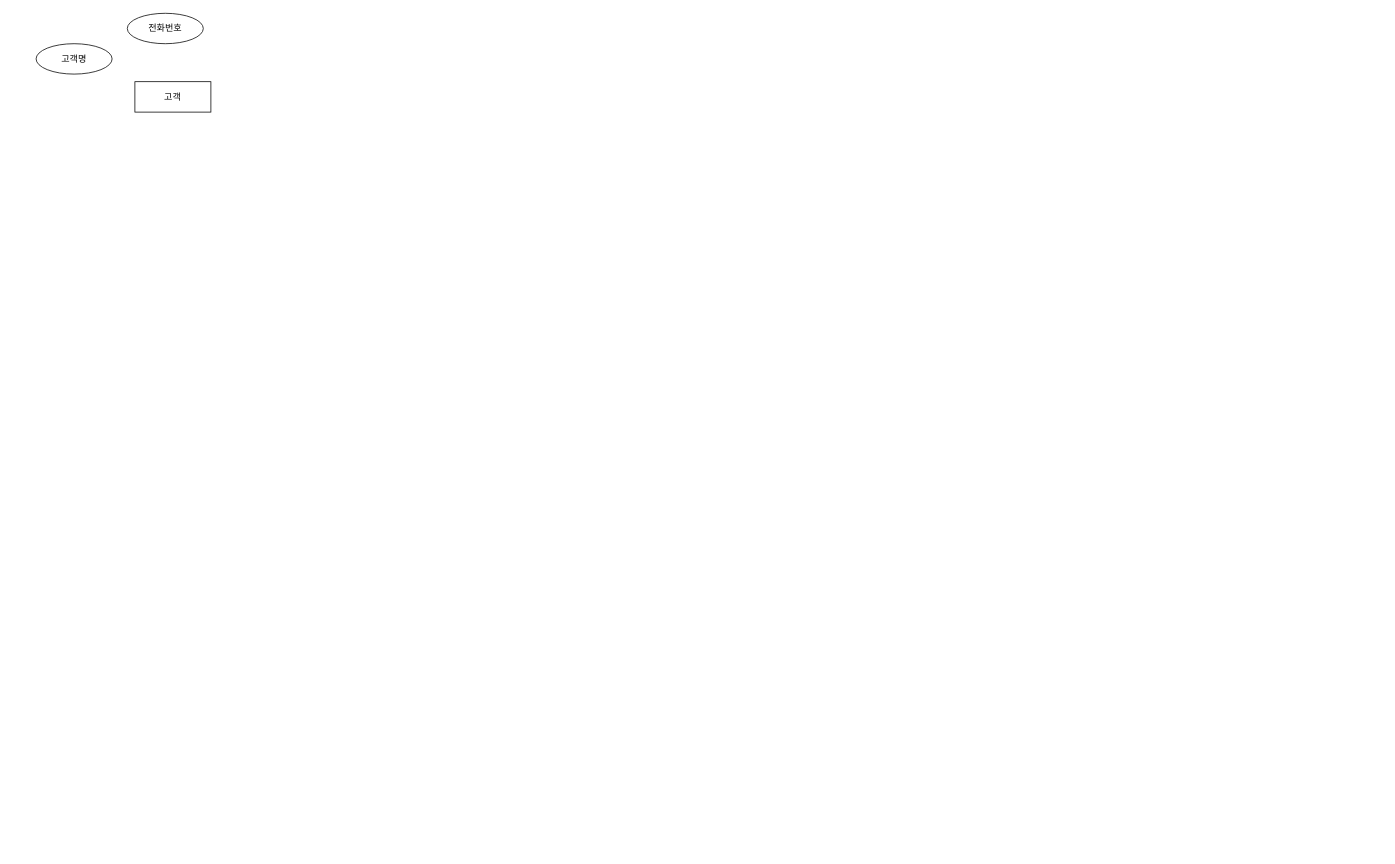
Earlier version of the draw.io diagram shpping.drawio (xenosign/erd_drawi_io). Source tidied: cells renumbered, new cells numbered last; positions are measured from the earlier drawing's top-left corner, leaving out a move shared by most shapes. Both pictures are drawn from the tidied source at 76%, with x=0, y=0 at pixel (36, 13).
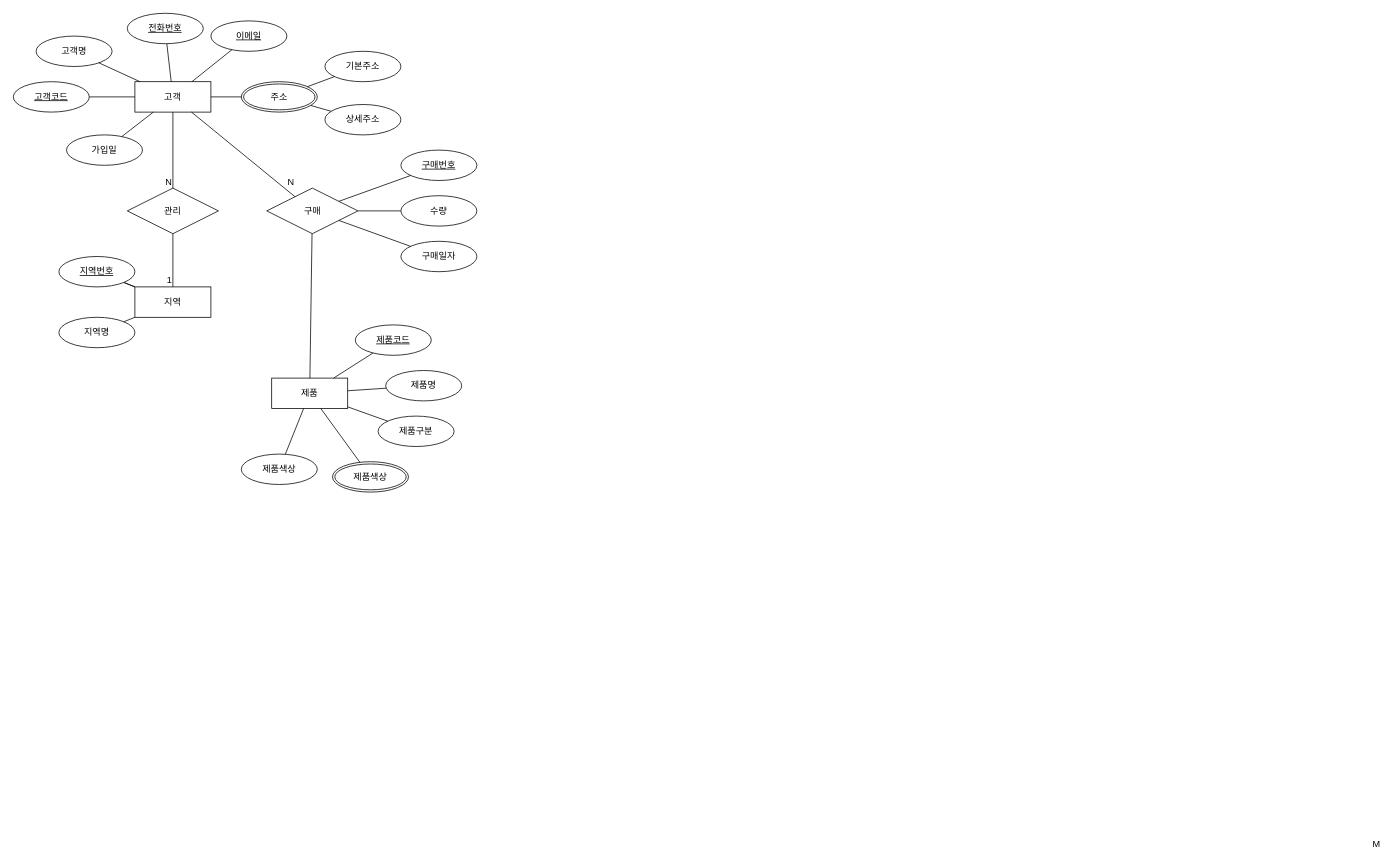
Above is the later version.

The change refers to these unchanged cells:
```xml
<mxCell id="2" value="고객" style="whiteSpace=wrap;html=1;align=center;" parent="1" vertex="1">
  <mxGeometry x="130" y="90" width="100" height="40" as="geometry" />
</mxCell>
```

What changed in the source:
```diff
@@
     <mxCell id="3" value="고객명" style="ellipse;whiteSpace=wrap;html=1;align=center;" parent="1" vertex="1">
-      <mxGeometry y="40" width="100" height="40" as="geometry" />
+      <mxGeometry y="30" width="100" height="40" as="geometry" />
     </mxCell>
+    <mxCell id="5" style="endArrow=none;html=1;rounded=0;" parent="1" edge="1" source="3" target="2">
+      <mxGeometry relative="1" as="geometry" />
+    </mxCell>
+    <mxCell id="6" style="endArrow=none;html=1;rounded=0;" parent="1" edge="1" source="4" target="2">
+      <mxGeometry relative="1" as="geometry" />
+    </mxCell>
-    <mxCell id="4" value="전화번호" style="ellipse;whiteSpace=wrap;html=1;align=center;" parent="1" vertex="1">
+    <mxCell id="4" value="전화번호" style="ellipse;whiteSpace=wrap;html=1;align=center;fontStyle=4;" parent="1" vertex="1">
       <mxGeometry x="120" width="100" height="40" as="geometry" />
     </mxCell>
+    <mxCell id="7" value="이메일" style="ellipse;whiteSpace=wrap;html=1;align=center;fontStyle=4;" parent="1" vertex="1">
+      <mxGeometry x="230" y="10" width="100" height="40" as="geometry" />
+    </mxCell>
+    <mxCell id="8" style="endArrow=none;html=1;rounded=0;" parent="1" edge="1" source="7" target="2">
+      <mxGeometry relative="1" as="geometry" />
+    </mxCell>
+    <mxCell id="9" value="고객코드" style="ellipse;whiteSpace=wrap;html=1;align=center;fontStyle=4;" parent="1" vertex="1">
+      <mxGeometry x="-30" y="90" width="100" height="40" as="geometry" />
+    </mxCell>
+    <mxCell id="10" style="endArrow=none;html=1;rounded=0;" parent="1" edge="1" source="9" target="2">
+      <mxGeometry relative="1" as="geometry" />
+    </mxCell>
+    <mxCell id="11" value="주소" style="ellipse;shape=doubleEllipse;margin=3;whiteSpace=wrap;html=1;align=center;" parent="1" vertex="1">
+      <mxGeometry x="270" y="90" width="100" height="40" as="geometry" />
+    </mxCell>
+    <mxCell id="12" style="endArrow=none;html=1;rounded=0;" parent="1" edge="1" source="11" target="2">
+      <mxGeometry relative="1" as="geometry" />
+    </mxCell>
+    <mxCell id="13" value="기본주소" style="ellipse;whiteSpace=wrap;html=1;align=center;" parent="1" vertex="1">
+      <mxGeometry x="380" y="50" width="100" height="40" as="geometry" />
+    </mxCell>
+    <mxCell id="14" value="상세주소" style="ellipse;whiteSpace=wrap;html=1;align=center;" parent="1" vertex="1">
+      <mxGeometry x="380" y="120" width="100" height="40" as="geometry" />
+    </mxCell>
+    <mxCell id="15" style="endArrow=none;html=1;rounded=0;" parent="1" edge="1" source="13" target="11">
+      <mxGeometry relative="1" as="geometry" />
+    </mxCell>
+    <mxCell id="16" style="endArrow=none;html=1;rounded=0;" parent="1" edge="1" source="14" target="11">
+      <mxGeometry relative="1" as="geometry" />
+    </mxCell>
+    <mxCell id="17" value="가입일" style="ellipse;whiteSpace=wrap;html=1;align=center;" parent="1" vertex="1">
+      <mxGeometry x="40" y="160" width="100" height="40" as="geometry" />
+    </mxCell>
+    <mxCell id="18" style="endArrow=none;html=1;rounded=0;" parent="1" edge="1" source="17" target="2">
+      <mxGeometry relative="1" as="geometry" />
+    </mxCell>
+    <mxCell id="19" value="지역" style="whiteSpace=wrap;html=1;align=center;" parent="1" vertex="1">
+      <mxGeometry x="130" y="360" width="100" height="40" as="geometry" />
+    </mxCell>
+    <mxCell id="20" value="지역명" style="ellipse;whiteSpace=wrap;html=1;align=center;" parent="1" vertex="1">
+      <mxGeometry x="30" y="400" width="100" height="40" as="geometry" />
+    </mxCell>
+    <mxCell id="21" style="endArrow=none;html=1;rounded=0;" parent="1" edge="1" source="38" target="19">
+      <mxGeometry relative="1" as="geometry" />
+    </mxCell>
+    <mxCell id="22" style="endArrow=none;html=1;rounded=0;" parent="1" edge="1" source="38" target="19">
+      <mxGeometry relative="1" as="geometry" />
+    </mxCell>
+    <mxCell id="23" value="제품" style="whiteSpace=wrap;html=1;align=center;" parent="1" vertex="1">
+      <mxGeometry x="310" y="480" width="100" height="40" as="geometry" />
+    </mxCell>
+    <mxCell id="24" value="제품코드" style="ellipse;whiteSpace=wrap;html=1;align=center;fontStyle=4;" parent="1" vertex="1">
+      <mxGeometry x="420" y="410" width="100" height="40" as="geometry" />
+    </mxCell>
+    <mxCell id="25" value="제품명" style="ellipse;whiteSpace=wrap;html=1;align=center;" parent="1" vertex="1">
+      <mxGeometry x="460" y="470" width="100" height="40" as="geometry" />
+    </mxCell>
+    <mxCell id="26" value="제품구분" style="ellipse;whiteSpace=wrap;html=1;align=center;" parent="1" vertex="1">
+      <mxGeometry x="450" y="530" width="100" height="40" as="geometry" />
+    </mxCell>
+    <mxCell id="27" value="제품색상" style="ellipse;shape=doubleEllipse;margin=3;whiteSpace=wrap;html=1;align=center;" parent="1" vertex="1">
+      <mxGeometry x="390" y="590" width="100" height="40" as="geometry" />
+    </mxCell>
+    <mxCell id="28" value="제품색상" style="ellipse;whiteSpace=wrap;html=1;align=center;" parent="1" vertex="1">
+      <mxGeometry x="270" y="580" width="100" height="40" as="geometry" />
+    </mxCell>
+    <mxCell id="29" style="endArrow=none;html=1;rounded=0;" parent="1" edge="1" source="23" target="24">
+      <mxGeometry relative="1" as="geometry" />
+    </mxCell>
+    <mxCell id="30" style="endArrow=none;html=1;rounded=0;" parent="1" edge="1" source="23" target="25">
+      <mxGeometry relative="1" as="geometry" />
+    </mxCell>
+    <mxCell id="31" style="endArrow=none;html=1;rounded=0;" parent="1" edge="1" source="23" target="26">
+      <mxGeometry relative="1" as="geometry" />
+    </mxCell>
+    <mxCell id="32" style="endArrow=none;html=1;rounded=0;" parent="1" edge="1" source="23" target="27">
+      <mxGeometry relative="1" as="geometry" />
+    </mxCell>
+    <mxCell id="33" style="endArrow=none;html=1;rounded=0;" parent="1" edge="1" source="23" target="28">
+      <mxGeometry relative="1" as="geometry" />
+    </mxCell>
+    <mxCell id="34" value="관리" style="shape=rhombus;perimeter=rhombusPerimeter;whiteSpace=wrap;html=1;align=center;" parent="1" vertex="1">
+      <mxGeometry x="120" y="230" width="120" height="60" as="geometry" />
+    </mxCell>
+    <mxCell id="35" style="endArrow=none;html=1;rounded=0;" parent="1" edge="1" source="34" target="19">
+      <mxGeometry relative="1" as="geometry" />
+    </mxCell>
+    <mxCell id="36" value="1" style="html=1;whiteSpace=wrap;align=right;verticalAlign=bottom;" parent="35" vertex="1">
+      <mxGeometry x="1" relative="1" as="geometry" />
+    </mxCell>
+    <mxCell id="37" style="endArrow=none;html=1;rounded=0;" parent="1" edge="1" source="20" target="19">
+      <mxGeometry relative="1" as="geometry" />
+    </mxCell>
+    <mxCell id="38" value="지역번호" style="ellipse;whiteSpace=wrap;html=1;align=center;fontStyle=4;" parent="1" vertex="1">
+      <mxGeometry x="30" y="320" width="100" height="40" as="geometry" />
+    </mxCell>
+    <mxCell id="39" style="endArrow=none;html=1;rounded=0;" parent="1" edge="1" source="2" target="34">
+      <mxGeometry relative="1" as="geometry" />
+    </mxCell>
+    <mxCell id="40" value="N" style="html=1;whiteSpace=wrap;align=right;verticalAlign=bottom;" parent="39" vertex="1">
+      <mxGeometry x="1" relative="1" as="geometry" />
+    </mxCell>
+    <mxCell id="41" value="구매" style="shape=rhombus;perimeter=rhombusPerimeter;whiteSpace=wrap;html=1;align=center;" parent="1" vertex="1">
+      <mxGeometry x="303.5" y="230" width="120" height="60" as="geometry" />
+    </mxCell>
+    <mxCell id="42" value="구매번호" style="ellipse;whiteSpace=wrap;html=1;align=center;fontStyle=4;" parent="1" vertex="1">
+      <mxGeometry x="480" y="180" width="100" height="40" as="geometry" />
+    </mxCell>
+    <mxCell id="43" value="수량" style="ellipse;whiteSpace=wrap;html=1;align=center;" parent="1" vertex="1">
+      <mxGeometry x="480" y="240" width="100" height="40" as="geometry" />
+    </mxCell>
+    <mxCell id="44" value="구매일자" style="ellipse;whiteSpace=wrap;html=1;align=center;" parent="1" vertex="1">
+      <mxGeometry x="480" y="300" width="100" height="40" as="geometry" />
+    </mxCell>
+    <mxCell id="45" style="endArrow=none;html=1;rounded=0;" parent="1" edge="1" source="41" target="42">
+      <mxGeometry relative="1" as="geometry" />
+    </mxCell>
+    <mxCell id="46" style="endArrow=none;html=1;rounded=0;" parent="1" edge="1" source="41" target="43">
+      <mxGeometry relative="1" as="geometry" />
+    </mxCell>
+    <mxCell id="47" style="endArrow=none;html=1;rounded=0;" parent="1" edge="1" source="44" target="41">
+      <mxGeometry relative="1" as="geometry" />
+    </mxCell>
+    <mxCell id="48" style="endArrow=none;html=1;rounded=0;" parent="1" edge="1" source="2" target="41">
+      <mxGeometry relative="1" as="geometry" />
+    </mxCell>
+    <mxCell id="49" value="N" style="html=1;whiteSpace=wrap;align=right;verticalAlign=bottom;" parent="48" vertex="1">
+      <mxGeometry x="1" relative="1" as="geometry">
+        <mxPoint y="-11" as="offset" />
+      </mxGeometry>
+    </mxCell>
+    <mxCell id="50" style="endArrow=none;html=1;rounded=0;" parent="1" edge="1" source="23" target="41">
+      <mxGeometry relative="1" as="geometry" />
+    </mxCell>
+    <mxCell id="51" value="M" style="html=1;whiteSpace=wrap;align=right;verticalAlign=bottom;" parent="50" vertex="1">
+      <mxGeometry x="1" relative="1" as="geometry">
+        <mxPoint x="1407" y="811" as="offset" />
+      </mxGeometry>
+    </mxCell>
```
